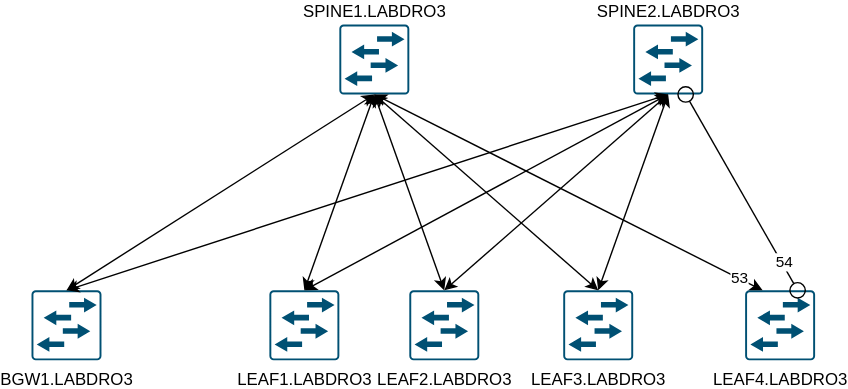
This is distri_lab.svg from thedenman/flow, a draw.io export, as it was before one commit. Source tidied: cells renumbered, new cells last; positions are measured from the earlier drawing's top-left corner, leaving out a move shared by most shapes.
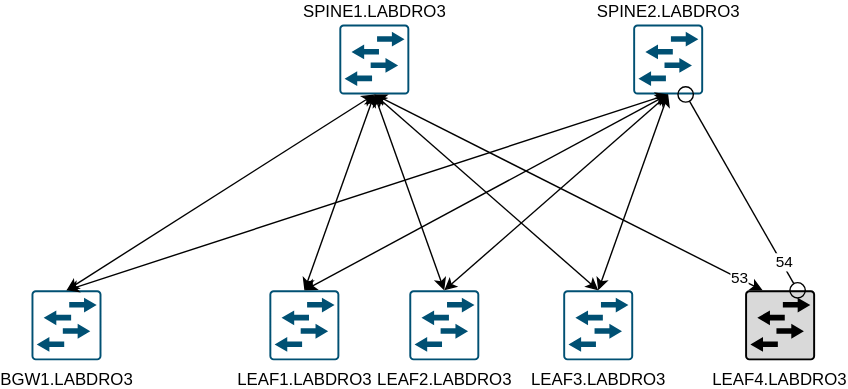
The same diagram one commit later.

Change to the diagram source:
```diff
@@ -23,7 +23,7 @@
       <mxGeometry x="380" y="190" width="50" height="50" as="geometry" />
     </mxCell>
     <object id="8" label="LEAF4.LABDRO3" placeholders="1">
-      <mxCell style="sketch=0;points=[[0.015,0.015,0],[0.985,0.015,0],[0.985,0.985,0],[0.015,0.985,0],[0.25,0,0],[0.5,0,0],[0.75,0,0],[1,0.25,0],[1,0.5,0],[1,0.75,0],[0.75,1,0],[0.5,1,0],[0.25,1,0],[0,0.75,0],[0,0.5,0],[0,0.25,0]];verticalLabelPosition=bottom;html=1;verticalAlign=top;align=center;shape=mxgraph.cisco19.rect;prIcon=l2_switch;fillColor=none;strokeColor=#005073;" parent="1" vertex="1">
+      <mxCell style="sketch=0;points=[[0.015,0.015,0],[0.985,0.015,0],[0.985,0.985,0],[0.015,0.985,0],[0.25,0,0],[0.5,0,0],[0.75,0,0],[1,0.25,0],[1,0.5,0],[1,0.75,0],[0.75,1,0],[0.5,1,0],[0.25,1,0],[0,0.75,0],[0,0.5,0],[0,0.25,0]];verticalLabelPosition=bottom;html=1;verticalAlign=top;align=center;shape=mxgraph.cisco19.rect;prIcon=l2_switch;fillColor=#D9D9D9;strokeColor=default;whiteSpace=wrap;" parent="1" vertex="1">
         <mxGeometry x="510" y="190" width="50" height="50" as="geometry" />
       </mxCell>
     </object>
```
